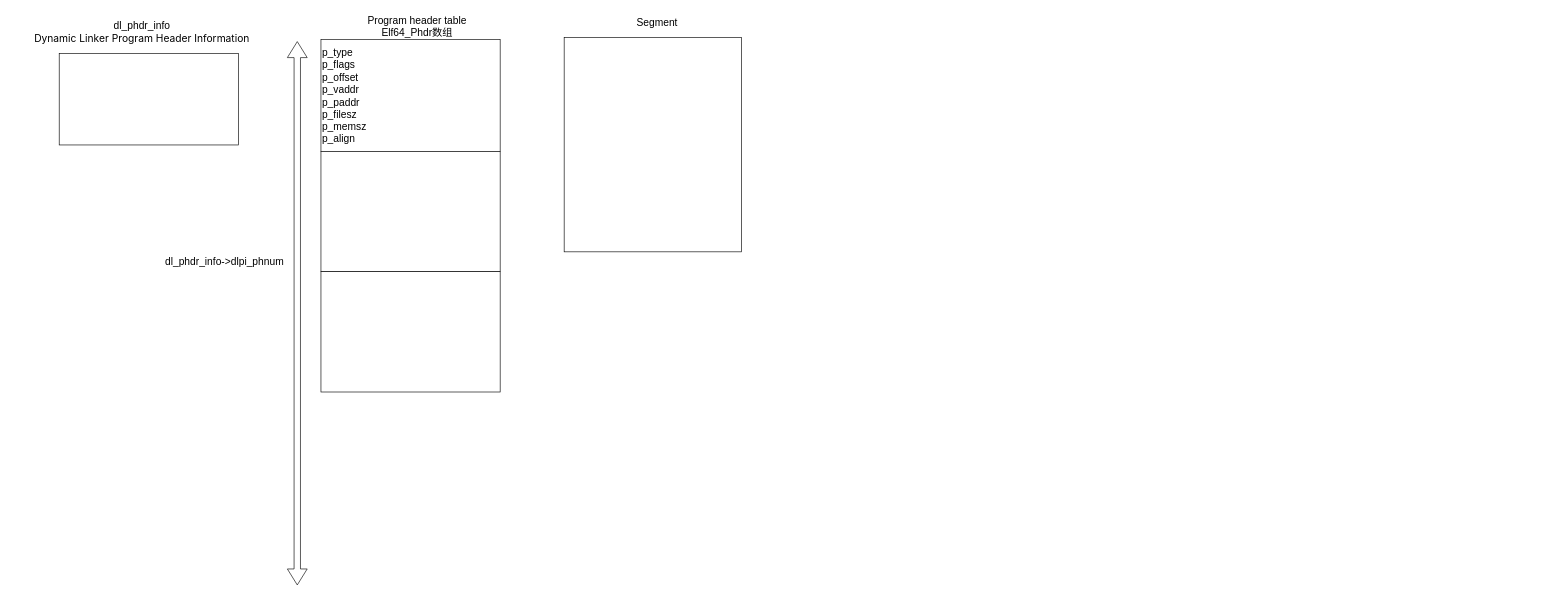
Above: plthook.drawio in LamForest/draw.io (draw.io), before the change. Source tidied: cells renumbered, new cells numbered last; positions are measured from the earlier drawing's top-left corner, leaving out a move shared by most shapes. Both pictures are drawn from the tidied source at 64%, with x=0, y=0 at pixel (11, 14).
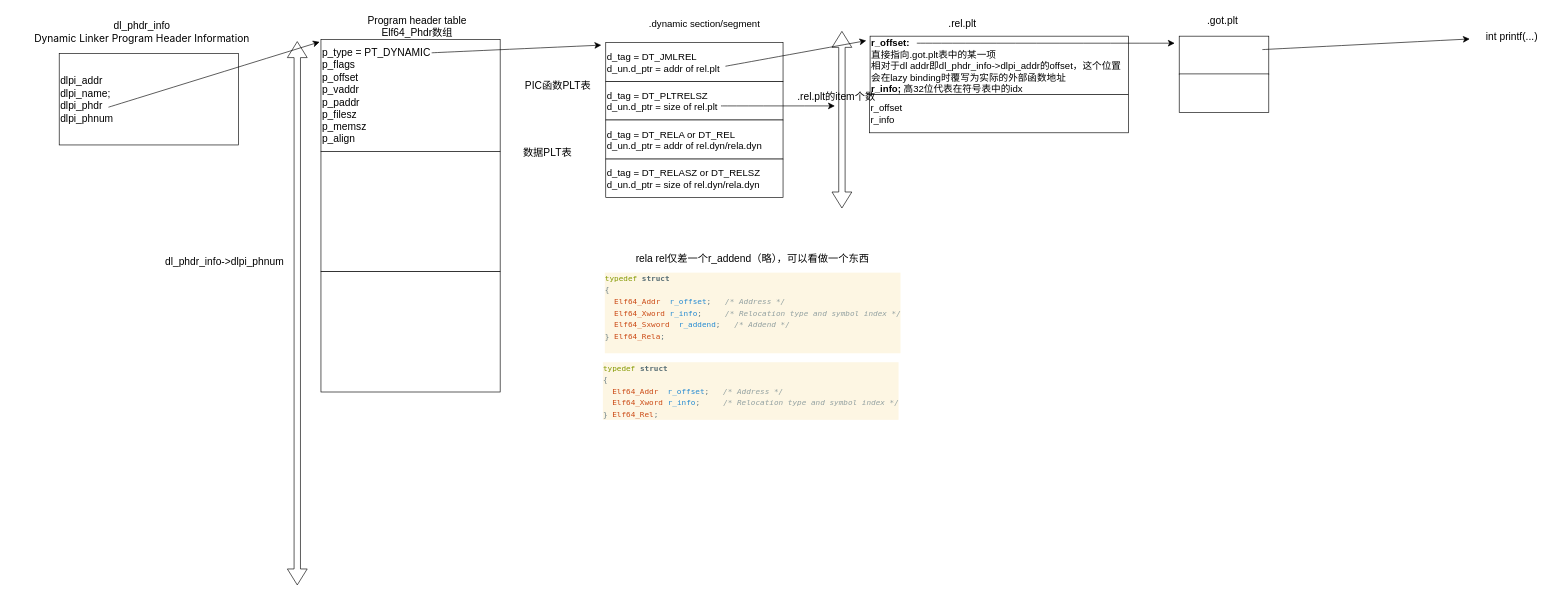
After the change.

Change to the diagram source:
```diff
@@
-    <mxCell id="2" style="rounded=0;whiteSpace=wrap;html=1;" parent="1" vertex="1">
+    <mxCell id="2" value="&lt;font style=&quot;font-size: 16px;&quot;&gt;dlpi_addr&lt;/font&gt;&lt;div&gt;&lt;font style=&quot;font-size: 16px;&quot;&gt;dlpi_name;&lt;/font&gt;&lt;/div&gt;&lt;div&gt;&lt;font style=&quot;font-size: 16px;&quot;&gt;dlpi_phdr&lt;/font&gt;&lt;/div&gt;&lt;div&gt;&lt;font style=&quot;font-size: 16px;&quot;&gt;dlpi_phnum&lt;/font&gt;&lt;/div&gt;" style="rounded=0;whiteSpace=wrap;html=1;align=left;" parent="1" vertex="1">
       <mxGeometry x="75" y="61" width="280" height="143" as="geometry" />
     </mxCell>
@@
-    <mxCell id="4" value="p_type&lt;div&gt;p_flags&lt;/div&gt;&lt;div&gt;p_offset&lt;/div&gt;&lt;div&gt;p_vaddr&lt;/div&gt;&lt;div&gt;p_paddr&lt;/div&gt;&lt;div&gt;p_filesz&lt;/div&gt;&lt;div&gt;p_memsz&lt;/div&gt;&lt;div&gt;p_align&lt;/div&gt;" style="rounded=0;whiteSpace=wrap;html=1;align=left;fontSize=16;" parent="1" vertex="1">
+    <mxCell id="4" value="p_type =&amp;nbsp;PT_DYNAMIC&lt;div&gt;p_flags&lt;/div&gt;&lt;div&gt;p_offset&lt;/div&gt;&lt;div&gt;p_vaddr&lt;/div&gt;&lt;div&gt;p_paddr&lt;/div&gt;&lt;div&gt;p_filesz&lt;/div&gt;&lt;div&gt;p_memsz&lt;/div&gt;&lt;div&gt;p_align&lt;/div&gt;" style="rounded=0;whiteSpace=wrap;html=1;align=left;fontSize=16;" parent="1" vertex="1">
       <mxGeometry x="484" y="39" width="280" height="175" as="geometry" />
     </mxCell>
@@
-    <mxCell id="8" style="rounded=0;whiteSpace=wrap;html=1;" parent="1" vertex="1">
-      <mxGeometry x="864" y="36" width="277" height="335" as="geometry" />
+    <mxCell id="8" value="d_tag = DT_JMLREL&lt;div&gt;d_un.d_ptr = addr of rel.plt&lt;/div&gt;" style="rounded=0;whiteSpace=wrap;html=1;align=left;fontSize=15;" parent="1" vertex="1">
+      <mxGeometry x="929" y="44" width="277" height="61" as="geometry" />
     </mxCell>
-    <mxCell id="9" value="Segment" style="text;html=1;align=center;verticalAlign=middle;whiteSpace=wrap;rounded=0;fontSize=16;" parent="1" vertex="1">
-      <mxGeometry x="917" width="185" height="23" as="geometry" />
+    <mxCell id="9" value=".dynamic section/segment" style="text;html=1;align=center;verticalAlign=middle;whiteSpace=wrap;rounded=0;fontSize=15;" parent="1" vertex="1">
+      <mxGeometry x="975" y="2" width="217" height="23" as="geometry" />
     </mxCell>
@@
+    <mxCell id="12" value="d_tag = DT_PLTRELSZ&lt;div&gt;d_un.d_ptr = size of rel.plt&lt;/div&gt;" style="rounded=0;whiteSpace=wrap;html=1;align=left;fontSize=15;" parent="1" vertex="1">
+      <mxGeometry x="929" y="105" width="277" height="60" as="geometry" />
+    </mxCell>
+    <mxCell id="13" value="d_tag = DT_RELA or&amp;nbsp;DT_REL&lt;div&gt;d_un.d_ptr = addr of rel.dyn/rela.dyn&lt;/div&gt;" style="rounded=0;whiteSpace=wrap;html=1;align=left;fontSize=15;" parent="1" vertex="1">
+      <mxGeometry x="929" y="165" width="277" height="61" as="geometry" />
+    </mxCell>
+    <mxCell id="14" value="d_tag = DT_RELASZ or&amp;nbsp;DT_RELSZ&lt;div&gt;d_un.d_ptr = size of rel.dyn/rela.dyn&lt;/div&gt;" style="rounded=0;whiteSpace=wrap;html=1;align=left;fontSize=15;" parent="1" vertex="1">
+      <mxGeometry x="929" y="226" width="277" height="60" as="geometry" />
+    </mxCell>
+    <mxCell id="15" value="PIC函数PLT表" style="text;html=1;align=center;verticalAlign=middle;whiteSpace=wrap;rounded=0;fontSize=16;" parent="1" vertex="1">
+      <mxGeometry x="762" y="99" width="185" height="23" as="geometry" />
+    </mxCell>
+    <mxCell id="16" value="&lt;span style=&quot;color: rgb(0, 0, 0); font-family: Helvetica; font-size: 16px; font-style: normal; font-variant-ligatures: normal; font-variant-caps: normal; font-weight: 400; letter-spacing: normal; orphans: 2; text-align: center; text-indent: 0px; text-transform: none; widows: 2; word-spacing: 0px; -webkit-text-stroke-width: 0px; white-space: normal; background-color: rgb(255, 255, 255); text-decoration-thickness: initial; text-decoration-style: initial; text-decoration-color: initial; display: inline !important; float: none;&quot;&gt;数据PLT表&lt;/span&gt;" style="text;whiteSpace=wrap;html=1;" parent="1" vertex="1">
+      <mxGeometry x="798" y="199" width="131" height="41" as="geometry" />
+    </mxCell>
+    <mxCell id="17" value=".rel.plt" style="text;html=1;align=center;verticalAlign=middle;whiteSpace=wrap;rounded=0;fontSize=16;" parent="1" vertex="1">
+      <mxGeometry x="1394" y="2" width="185" height="23" as="geometry" />
+    </mxCell>
+    <mxCell id="18" value="&lt;div style=&quot;color: #657b83;background-color: #fdf6e3;font-family: Menlo, Monaco, 'Courier New', monospace;font-weight: normal;font-size: 12px;line-height: 18px;white-space: pre;&quot;&gt;&lt;div&gt;&lt;span style=&quot;color: #859900;&quot;&gt;typedef&lt;/span&gt;&lt;span style=&quot;color: #657b83;&quot;&gt; &lt;/span&gt;&lt;span style=&quot;color: #586e75;font-weight: bold;&quot;&gt;struct&lt;/span&gt;&lt;/div&gt;&lt;div&gt;&lt;span style=&quot;color: #657b83;&quot;&gt;{&lt;/span&gt;&lt;/div&gt;&lt;div&gt;&lt;span style=&quot;color: #657b83;&quot;&gt;  &lt;/span&gt;&lt;span style=&quot;color: #cb4b16;&quot;&gt;Elf64_Addr&lt;/span&gt;&lt;span style=&quot;color: #657b83;&quot;&gt;  &lt;/span&gt;&lt;span style=&quot;color: #268bd2;&quot;&gt;r_offset&lt;/span&gt;&lt;span style=&quot;color: #657b83;&quot;&gt;;&lt;/span&gt;&lt;span style=&quot;color: #93a1a1;font-style: italic;&quot;&gt;   /* Address */&lt;/span&gt;&lt;/div&gt;&lt;div&gt;&lt;span style=&quot;color: #657b83;&quot;&gt;  &lt;/span&gt;&lt;span style=&quot;color: #cb4b16;&quot;&gt;Elf64_Xword&lt;/span&gt;&lt;span style=&quot;color: #657b83;&quot;&gt; &lt;/span&gt;&lt;span style=&quot;color: #268bd2;&quot;&gt;r_info&lt;/span&gt;&lt;span style=&quot;color: #657b83;&quot;&gt;;&lt;/span&gt;&lt;span style=&quot;color: #93a1a1;font-style: italic;&quot;&gt;     /* Relocation type and symbol index */&lt;/span&gt;&lt;/div&gt;&lt;div&gt;&lt;span style=&quot;color: #657b83;&quot;&gt;  &lt;/span&gt;&lt;span style=&quot;color: #cb4b16;&quot;&gt;Elf64_Sxword&lt;/span&gt;&lt;span style=&quot;color: #657b83;&quot;&gt;  &lt;/span&gt;&lt;span style=&quot;color: #268bd2;&quot;&gt;r_addend&lt;/span&gt;&lt;span style=&quot;color: #657b83;&quot;&gt;;&lt;/span&gt;&lt;span style=&quot;color: #93a1a1;font-style: italic;&quot;&gt;   /* Addend */&lt;/span&gt;&lt;/div&gt;&lt;div&gt;&lt;span style=&quot;color: #657b83;&quot;&gt;} &lt;/span&gt;&lt;span style=&quot;color: #cb4b16;&quot;&gt;Elf64_Rela&lt;/span&gt;&lt;span style=&quot;color: #657b83;&quot;&gt;;&lt;/span&gt;&lt;/div&gt;&lt;br&gt;&lt;/div&gt;" style="text;whiteSpace=wrap;html=1;" parent="1" vertex="1">
+      <mxGeometry x="926" y="397" width="490" height="148" as="geometry" />
+    </mxCell>
+    <mxCell id="19" value="&lt;div style=&quot;color: #657b83;background-color: #fdf6e3;font-family: Menlo, Monaco, 'Courier New', monospace;font-weight: normal;font-size: 12px;line-height: 18px;white-space: pre;&quot;&gt;&lt;div&gt;&lt;span style=&quot;color: #859900;&quot;&gt;typedef&lt;/span&gt;&lt;span style=&quot;color: #657b83;&quot;&gt; &lt;/span&gt;&lt;span style=&quot;color: #586e75;font-weight: bold;&quot;&gt;struct&lt;/span&gt;&lt;/div&gt;&lt;div&gt;&lt;span style=&quot;color: #657b83;&quot;&gt;{&lt;/span&gt;&lt;/div&gt;&lt;div&gt;&lt;span style=&quot;color: #657b83;&quot;&gt;  &lt;/span&gt;&lt;span style=&quot;color: #cb4b16;&quot;&gt;Elf64_Addr&lt;/span&gt;&lt;span style=&quot;color: #657b83;&quot;&gt;  &lt;/span&gt;&lt;span style=&quot;color: #268bd2;&quot;&gt;r_offset&lt;/span&gt;&lt;span style=&quot;color: #657b83;&quot;&gt;;&lt;/span&gt;&lt;span style=&quot;color: #93a1a1;font-style: italic;&quot;&gt;   /* Address */&lt;/span&gt;&lt;/div&gt;&lt;div&gt;&lt;span style=&quot;color: #657b83;&quot;&gt;  &lt;/span&gt;&lt;span style=&quot;color: #cb4b16;&quot;&gt;Elf64_Xword&lt;/span&gt;&lt;span style=&quot;color: #657b83;&quot;&gt; &lt;/span&gt;&lt;span style=&quot;color: #268bd2;&quot;&gt;r_info&lt;/span&gt;&lt;span style=&quot;color: #657b83;&quot;&gt;;&lt;/span&gt;&lt;span style=&quot;color: #93a1a1;font-style: italic;&quot;&gt;     /* Relocation type and symbol index */&lt;/span&gt;&lt;/div&gt;&lt;div&gt;&lt;span style=&quot;color: #657b83;&quot;&gt;} &lt;/span&gt;&lt;span style=&quot;color: #cb4b16;&quot;&gt;Elf64_Rel&lt;/span&gt;&lt;span style=&quot;color: #657b83;&quot;&gt;;&lt;/span&gt;&lt;/div&gt;&lt;/div&gt;" style="text;whiteSpace=wrap;html=1;" parent="1" vertex="1">
+      <mxGeometry x="923" y="537" width="490" height="112" as="geometry" />
+    </mxCell>
+    <mxCell id="20" value="rela rel仅差一个r_addend（略），可以看做一个东西" style="text;html=1;align=center;verticalAlign=middle;whiteSpace=wrap;rounded=0;fontSize=16;" parent="1" vertex="1">
+      <mxGeometry x="975" y="367" width="367" height="30" as="geometry" />
+    </mxCell>
+    <mxCell id="21" value="&lt;b&gt;r_offset:&lt;/b&gt;&lt;div&gt;直接指向.got.plt表中的某一项&lt;br&gt;&lt;div&gt;相对于dl addr即dl_phdr_info-&amp;gt;dlpi_addr的offset，这个位置会在lazy binding时覆写为实际的外部函数地址&lt;/div&gt;&lt;div&gt;&lt;div&gt;&lt;b&gt;r_info; &lt;/b&gt;高32位代表在符号表中的idx&lt;/div&gt;&lt;/div&gt;&lt;/div&gt;" style="rounded=0;whiteSpace=wrap;html=1;align=left;fontSize=15;" parent="1" vertex="1">
+      <mxGeometry x="1342" y="34" width="404" height="91" as="geometry" />
+    </mxCell>
+    <mxCell id="22" value="r_offset&lt;div&gt;r_info&lt;/div&gt;" style="rounded=0;whiteSpace=wrap;html=1;align=left;fontSize=15;" parent="1" vertex="1">
+      <mxGeometry x="1341" y="125" width="405" height="60" as="geometry" />
+    </mxCell>
+    <mxCell id="23" style="endArrow=classic;html=1;rounded=0;fontSize=12;startSize=8;endSize=8;curved=1;" parent="1" edge="1">
+      <mxGeometry relative="1" as="geometry">
+        <mxPoint x="152" y="145" as="sourcePoint" />
+        <mxPoint x="482" y="43" as="targetPoint" />
+      </mxGeometry>
+    </mxCell>
+    <mxCell id="24" style="endArrow=classic;html=1;rounded=0;fontSize=12;startSize=8;endSize=8;curved=1;" parent="1" edge="1">
+      <mxGeometry relative="1" as="geometry">
+        <mxPoint x="657" y="60" as="sourcePoint" />
+        <mxPoint x="922" y="48" as="targetPoint" />
+      </mxGeometry>
+    </mxCell>
+    <mxCell id="25" style="endArrow=classic;html=1;rounded=0;fontSize=12;startSize=8;endSize=8;curved=1;" parent="1" edge="1">
+      <mxGeometry relative="1" as="geometry">
+        <mxPoint x="1116" y="81" as="sourcePoint" />
+        <mxPoint x="1336" y="41" as="targetPoint" />
+      </mxGeometry>
+    </mxCell>
+    <mxCell id="26" style="shape=flexArrow;endArrow=classic;startArrow=classic;html=1;rounded=0;fontSize=12;startSize=8;endSize=8;curved=1;" parent="1" edge="1">
+      <mxGeometry relative="1" as="geometry">
+        <mxPoint x="1298" y="303" as="sourcePoint" />
+        <mxPoint x="1298" y="26" as="targetPoint" />
+      </mxGeometry>
+    </mxCell>
+    <mxCell id="27" style="endArrow=classic;html=1;rounded=0;fontSize=12;startSize=8;endSize=8;curved=1;" parent="1" edge="1">
+      <mxGeometry relative="1" as="geometry">
+        <mxPoint x="1109" y="143" as="sourcePoint" />
+        <mxPoint x="1287" y="143" as="targetPoint" />
+      </mxGeometry>
+    </mxCell>
+    <mxCell id="28" value=".rel.plt的item个数" style="text;html=1;align=center;verticalAlign=middle;whiteSpace=wrap;rounded=0;fontSize=16;" parent="1" vertex="1">
+      <mxGeometry x="1223" y="105" width="133" height="48" as="geometry" />
+    </mxCell>
+    <mxCell id="29" style="rounded=0;whiteSpace=wrap;html=1;" parent="1" vertex="1">
+      <mxGeometry x="1825" y="34" width="140" height="60" as="geometry" />
+    </mxCell>
+    <mxCell id="30" value=".got.plt" style="text;html=1;align=center;verticalAlign=middle;whiteSpace=wrap;rounded=0;fontSize=16;" parent="1" vertex="1">
+      <mxGeometry x="1863" y="-5" width="60" height="30" as="geometry" />
+    </mxCell>
+    <mxCell id="31" style="endArrow=classic;html=1;rounded=0;fontSize=12;startSize=8;endSize=8;curved=1;" parent="1" edge="1">
+      <mxGeometry relative="1" as="geometry">
+        <mxPoint x="1415" y="45" as="sourcePoint" />
+        <mxPoint x="1818" y="45" as="targetPoint" />
+      </mxGeometry>
+    </mxCell>
+    <mxCell id="32" style="rounded=0;whiteSpace=wrap;html=1;" parent="1" vertex="1">
+      <mxGeometry x="1825" y="93" width="140" height="60" as="geometry" />
+    </mxCell>
+    <mxCell id="33" value="int printf(...)" style="text;html=1;align=center;verticalAlign=middle;whiteSpace=wrap;rounded=0;fontSize=16;" parent="1" vertex="1">
+      <mxGeometry x="2279" y="20" width="132" height="30" as="geometry" />
+    </mxCell>
+    <mxCell id="34" style="endArrow=classic;html=1;rounded=0;fontSize=12;startSize=8;endSize=8;curved=1;" parent="1" edge="1" target="33">
+      <mxGeometry relative="1" as="geometry">
+        <mxPoint x="1955" y="55" as="sourcePoint" />
+      </mxGeometry>
+    </mxCell>
```
